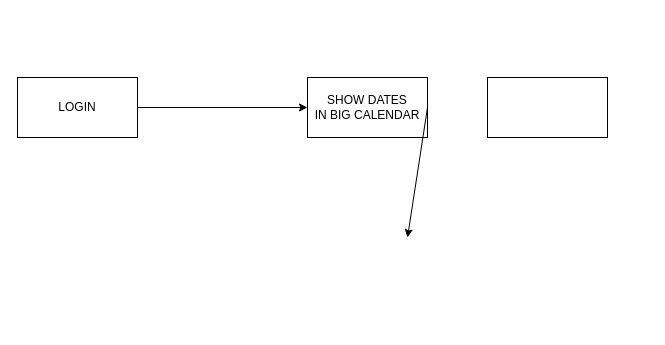
Above: Untitled Diagram.drawio in koumi/zxc (draw.io), before the change. Source tidied: cells renumbered, new cells numbered last; positions are measured from the earlier drawing's top-left corner, leaving out a move shared by most shapes. Both pictures are drawn from the tidied source at 100%, with x=0, y=0 at pixel (17, 77).
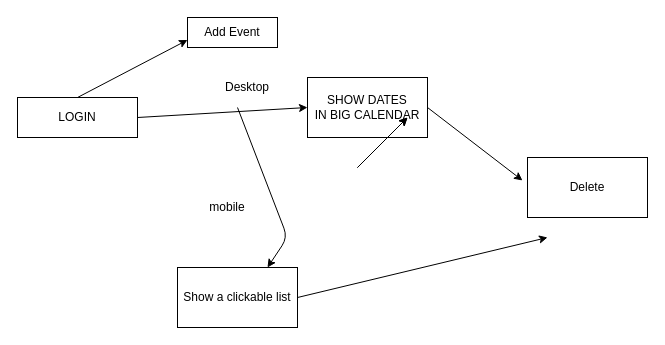
The same page after the edit.

The change refers to these unchanged cells:
```xml
<mxCell id="4" value="SHOW DATES&lt;br&gt;IN BIG CALENDAR" style="rounded=0;whiteSpace=wrap;html=1;" parent="1" vertex="1">
  <mxGeometry x="290" width="120" height="60" as="geometry" />
</mxCell>
```

Diff of the diagram source:
```diff
@@
     <mxCell id="2" value="LOGIN" style="rounded=0;whiteSpace=wrap;html=1;" parent="1" vertex="1">
-      <mxGeometry width="120" height="60" as="geometry" />
+      <mxGeometry y="20" width="120" height="40" as="geometry" />
     </mxCell>
@@
-    <mxCell id="5" style="rounded=0;whiteSpace=wrap;html=1;" parent="1" vertex="1">
-      <mxGeometry x="470" width="120" height="60" as="geometry" />
+    <mxCell id="5" value="Show a clickable list" style="rounded=0;whiteSpace=wrap;html=1;" parent="1" vertex="1">
+      <mxGeometry x="160" y="190" width="120" height="60" as="geometry" />
     </mxCell>
-    <mxCell id="6" style="endArrow=classic;html=1;exitX=1;exitY=0.5;exitDx=0;exitDy=0;" parent="1" edge="1" source="4">
-      <mxGeometry relative="1" as="geometry">
-        <mxPoint x="390" y="160" as="targetPoint" />
-      </mxGeometry>
+    <mxCell id="6" style="endArrow=classic;html=1;exitX=1;exitY=0.5;exitDx=0;exitDy=0;entryX=-0.042;entryY=0.383;entryDx=0;entryDy=0;entryPerimeter=0;" parent="1" edge="1" source="4" target="10">
+      <mxGeometry relative="1" as="geometry" />
     </mxCell>
+    <mxCell id="7" style="endArrow=classic;html=1;" parent="1" edge="1">
+      <mxGeometry relative="1" as="geometry">
+        <mxPoint x="220" y="30" as="sourcePoint" />
+        <mxPoint x="250" y="190" as="targetPoint" />
+        <Array as="points">
+          <mxPoint x="270" y="160" />
+        </Array>
+      </mxGeometry>
+    </mxCell>
+    <mxCell id="8" value="Desktop" style="text;html=1;strokeColor=none;fillColor=none;align=center;verticalAlign=middle;whiteSpace=wrap;rounded=0;" parent="1" vertex="1">
+      <mxGeometry x="210" width="40" height="20" as="geometry" />
+    </mxCell>
+    <mxCell id="9" value="mobile" style="text;html=1;strokeColor=none;fillColor=none;align=center;verticalAlign=middle;whiteSpace=wrap;rounded=0;" parent="1" vertex="1">
+      <mxGeometry x="190" y="120" width="40" height="20" as="geometry" />
+    </mxCell>
+    <mxCell id="10" value="Delete" style="rounded=0;whiteSpace=wrap;html=1;" parent="1" vertex="1">
+      <mxGeometry x="510" y="80" width="120" height="60" as="geometry" />
+    </mxCell>
+    <mxCell id="11" style="endArrow=classic;html=1;exitX=1;exitY=0.5;exitDx=0;exitDy=0;" parent="1" edge="1" source="5">
+      <mxGeometry relative="1" as="geometry">
+        <mxPoint x="530" y="160" as="targetPoint" />
+      </mxGeometry>
+    </mxCell>
+    <mxCell id="12" value="Add Event" style="rounded=0;whiteSpace=wrap;html=1;" parent="1" vertex="1">
+      <mxGeometry x="170" y="-60" width="90" height="30" as="geometry" />
+    </mxCell>
+    <mxCell id="13" style="endArrow=classic;html=1;" parent="1" edge="1">
+      <mxGeometry relative="1" as="geometry">
+        <mxPoint x="340" y="90" as="sourcePoint" />
+        <mxPoint x="390" y="40" as="targetPoint" />
+      </mxGeometry>
+    </mxCell>
+    <mxCell id="14" style="endArrow=classic;html=1;" parent="1" edge="1">
+      <mxGeometry relative="1" as="geometry">
+        <mxPoint x="340" y="90" as="sourcePoint" />
+        <mxPoint x="390" y="40" as="targetPoint" />
+      </mxGeometry>
+    </mxCell>
+    <mxCell id="15" style="endArrow=classic;html=1;entryX=0;entryY=0.75;entryDx=0;entryDy=0;" parent="1" edge="1" target="12">
+      <mxGeometry relative="1" as="geometry">
+        <mxPoint x="60" y="20" as="sourcePoint" />
+      </mxGeometry>
+    </mxCell>
```
